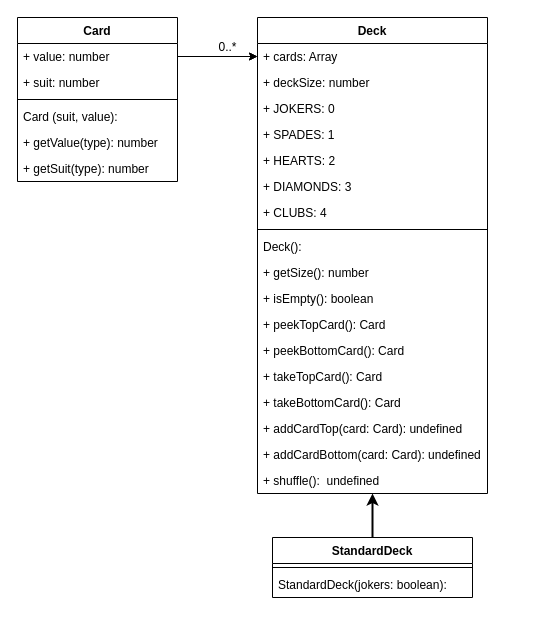
This is Diagrams/src/UML.drawio from craveiroa/GameOfWar, a draw.io file, before an edit. Source tidied: cells renumbered, new cells numbered last; positions are measured from the earlier drawing's top-left corner, leaving out a move shared by most shapes. Both pictures are drawn from the tidied source at 100%, with x=0, y=0 at pixel (17, 17).
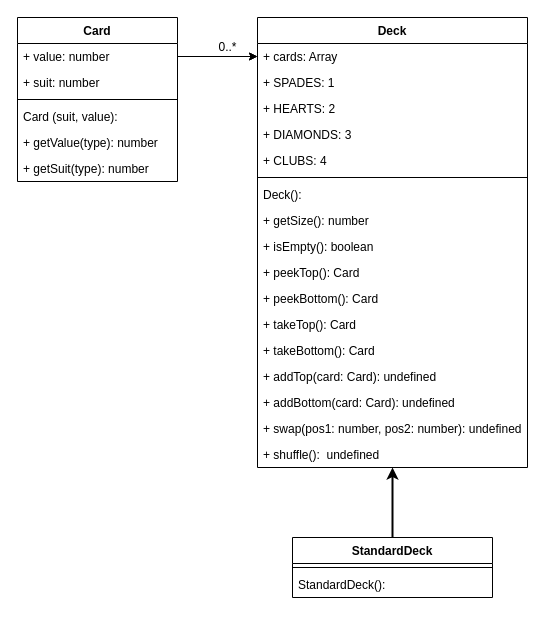
The same diagram, later.

The edit, as a diff of the source:
```diff
@@
     <mxCell id="9" value="Deck" style="swimlane;fontStyle=1;align=center;verticalAlign=top;horizontal=1;startSize=26;" parent="1" vertex="1">
-      <mxGeometry x="240" width="230" height="476" as="geometry" />
+      <mxGeometry x="240" width="270" height="450" as="geometry" />
     </mxCell>
     <mxCell id="10" value="+ cards: Array" style="text;strokeColor=none;fillColor=none;align=left;verticalAlign=top;spacingLeft=4;spacingRight=4;overflow=hidden;points=[[0,0.5],[1,0.5]];portConstraint=eastwest;" parent="9" vertex="1">
-      <mxGeometry y="26" width="230" height="26" as="geometry" />
+      <mxGeometry y="26" width="270" height="26" as="geometry" />
     </mxCell>
-    <mxCell id="11" value="+ deckSize: number" style="text;strokeColor=none;fillColor=none;align=left;verticalAlign=top;spacingLeft=4;spacingRight=4;overflow=hidden;" parent="9" vertex="1">
-      <mxGeometry y="52" width="230" height="26" as="geometry" />
-    </mxCell>
-    <mxCell id="12" value="+ JOKERS: 0" style="text;strokeColor=none;fillColor=none;align=left;verticalAlign=top;spacingLeft=4;spacingRight=4;overflow=hidden;" parent="9" vertex="1">
-      <mxGeometry y="78" width="230" height="26" as="geometry" />
-    </mxCell>
     <mxCell id="13" value="+ SPADES: 1" style="text;strokeColor=none;fillColor=none;align=left;verticalAlign=top;spacingLeft=4;spacingRight=4;overflow=hidden;" parent="9" vertex="1">
-      <mxGeometry y="104" width="230" height="26" as="geometry" />
+      <mxGeometry y="52" width="270" height="26" as="geometry" />
     </mxCell>
     <mxCell id="14" value="+ HEARTS: 2" style="text;strokeColor=none;fillColor=none;align=left;verticalAlign=top;spacingLeft=4;spacingRight=4;overflow=hidden;" parent="9" vertex="1">
-      <mxGeometry y="130" width="230" height="26" as="geometry" />
+      <mxGeometry y="78" width="270" height="26" as="geometry" />
     </mxCell>
     <mxCell id="15" value="+ DIAMONDS: 3" style="text;strokeColor=none;fillColor=none;align=left;verticalAlign=top;spacingLeft=4;spacingRight=4;overflow=hidden;" parent="9" vertex="1">
-      <mxGeometry y="156" width="230" height="26" as="geometry" />
+      <mxGeometry y="104" width="270" height="26" as="geometry" />
     </mxCell>
     <mxCell id="16" value="+ CLUBS: 4" style="text;strokeColor=none;fillColor=none;align=left;verticalAlign=top;spacingLeft=4;spacingRight=4;overflow=hidden;" parent="9" vertex="1">
-      <mxGeometry y="182" width="230" height="26" as="geometry" />
+      <mxGeometry y="130" width="270" height="26" as="geometry" />
     </mxCell>
     <mxCell id="17" style="line;strokeWidth=1;fillColor=none;align=left;verticalAlign=middle;spacingTop=-1;spacingLeft=3;spacingRight=3;labelPosition=right;strokeColor=inherit;" parent="9" vertex="1">
-      <mxGeometry y="208" width="230" height="8" as="geometry" />
+      <mxGeometry y="156" width="270" height="8" as="geometry" />
     </mxCell>
     <mxCell id="18" value="Deck():" style="text;strokeColor=none;fillColor=none;align=left;verticalAlign=top;spacingLeft=4;spacingRight=4;overflow=hidden;" parent="9" vertex="1">
-      <mxGeometry y="216" width="230" height="26" as="geometry" />
+      <mxGeometry y="164" width="270" height="26" as="geometry" />
     </mxCell>
     <mxCell id="19" value="+ getSize(): number" style="text;strokeColor=none;fillColor=none;align=left;verticalAlign=top;spacingLeft=4;spacingRight=4;overflow=hidden;" parent="9" vertex="1">
-      <mxGeometry y="242" width="230" height="26" as="geometry" />
+      <mxGeometry y="190" width="270" height="26" as="geometry" />
     </mxCell>
     <mxCell id="20" value="+ isEmpty(): boolean" style="text;strokeColor=none;fillColor=none;align=left;verticalAlign=top;spacingLeft=4;spacingRight=4;overflow=hidden;" parent="9" vertex="1">
-      <mxGeometry y="268" width="230" height="26" as="geometry" />
+      <mxGeometry y="216" width="270" height="26" as="geometry" />
     </mxCell>
-    <mxCell id="21" value="+ peekTopCard(): Card" style="text;strokeColor=none;fillColor=none;align=left;verticalAlign=top;spacingLeft=4;spacingRight=4;overflow=hidden;" parent="9" vertex="1">
-      <mxGeometry y="294" width="230" height="26" as="geometry" />
+    <mxCell id="21" value="+ peekTop(): Card" style="text;strokeColor=none;fillColor=none;align=left;verticalAlign=top;spacingLeft=4;spacingRight=4;overflow=hidden;" parent="9" vertex="1">
+      <mxGeometry y="242" width="270" height="26" as="geometry" />
     </mxCell>
-    <mxCell id="22" value="+ peekBottomCard(): Card" style="text;strokeColor=none;fillColor=none;align=left;verticalAlign=top;spacingLeft=4;spacingRight=4;overflow=hidden;" parent="9" vertex="1">
-      <mxGeometry y="320" width="230" height="26" as="geometry" />
+    <mxCell id="22" value="+ peekBottom(): Card" style="text;strokeColor=none;fillColor=none;align=left;verticalAlign=top;spacingLeft=4;spacingRight=4;overflow=hidden;" parent="9" vertex="1">
+      <mxGeometry y="268" width="270" height="26" as="geometry" />
     </mxCell>
-    <mxCell id="23" value="+ takeTopCard(): Card" style="text;strokeColor=none;fillColor=none;align=left;verticalAlign=top;spacingLeft=4;spacingRight=4;overflow=hidden;" parent="9" vertex="1">
-      <mxGeometry y="346" width="230" height="26" as="geometry" />
+    <mxCell id="23" value="+ takeTop(): Card" style="text;strokeColor=none;fillColor=none;align=left;verticalAlign=top;spacingLeft=4;spacingRight=4;overflow=hidden;" parent="9" vertex="1">
+      <mxGeometry y="294" width="270" height="26" as="geometry" />
     </mxCell>
-    <mxCell id="24" value="+ takeBottomCard(): Card" style="text;strokeColor=none;fillColor=none;align=left;verticalAlign=top;spacingLeft=4;spacingRight=4;overflow=hidden;" parent="9" vertex="1">
-      <mxGeometry y="372" width="230" height="26" as="geometry" />
+    <mxCell id="24" value="+ takeBottom(): Card" style="text;strokeColor=none;fillColor=none;align=left;verticalAlign=top;spacingLeft=4;spacingRight=4;overflow=hidden;" parent="9" vertex="1">
+      <mxGeometry y="320" width="270" height="26" as="geometry" />
     </mxCell>
-    <mxCell id="25" value="+ addCardTop(card: Card): undefined" style="text;strokeColor=none;fillColor=none;align=left;verticalAlign=top;spacingLeft=4;spacingRight=4;overflow=hidden;" parent="9" vertex="1">
-      <mxGeometry y="398" width="230" height="26" as="geometry" />
+    <mxCell id="25" value="+ addTop(card: Card): undefined" style="text;strokeColor=none;fillColor=none;align=left;verticalAlign=top;spacingLeft=4;spacingRight=4;overflow=hidden;" parent="9" vertex="1">
+      <mxGeometry y="346" width="270" height="26" as="geometry" />
     </mxCell>
-    <mxCell id="26" value="+ addCardBottom(card: Card): undefined" style="text;strokeColor=none;fillColor=none;align=left;verticalAlign=top;spacingLeft=4;spacingRight=4;overflow=hidden;" parent="9" vertex="1">
-      <mxGeometry y="424" width="230" height="26" as="geometry" />
+    <mxCell id="26" value="+ addBottom(card: Card): undefined" style="text;strokeColor=none;fillColor=none;align=left;verticalAlign=top;spacingLeft=4;spacingRight=4;overflow=hidden;" parent="9" vertex="1">
+      <mxGeometry y="372" width="270" height="26" as="geometry" />
     </mxCell>
+    <mxCell id="35" value="+ swap(pos1: number, pos2: number): undefined" style="text;strokeColor=none;fillColor=none;align=left;verticalAlign=top;spacingLeft=4;spacingRight=4;overflow=hidden;" parent="9" vertex="1">
+      <mxGeometry y="398" width="270" height="26" as="geometry" />
+    </mxCell>
     <mxCell id="27" value="+ shuffle():  undefined" style="text;strokeColor=none;fillColor=none;align=left;verticalAlign=top;spacingLeft=4;spacingRight=4;overflow=hidden;points=[[0,0.5],[1,0.5]];portConstraint=eastwest;" parent="9" vertex="1">
-      <mxGeometry y="450" width="230" height="26" as="geometry" />
+      <mxGeometry y="424" width="270" height="26" as="geometry" />
     </mxCell>
@@
     <mxCell id="32" value="StandardDeck" style="swimlane;fontStyle=1;align=center;verticalAlign=top;horizontal=1;startSize=26;" parent="1" vertex="1">
-      <mxGeometry x="255" y="520" width="200" height="60" as="geometry" />
+      <mxGeometry x="275" y="520" width="200" height="60" as="geometry" />
     </mxCell>
@@
-    <mxCell id="34" value="StandardDeck(jokers: boolean):" style="text;strokeColor=none;fillColor=none;align=left;verticalAlign=top;spacingLeft=4;spacingRight=4;overflow=hidden;" parent="32" vertex="1">
+    <mxCell id="34" value="StandardDeck():" style="text;strokeColor=none;fillColor=none;align=left;verticalAlign=top;spacingLeft=4;spacingRight=4;overflow=hidden;" parent="32" vertex="1">
       <mxGeometry y="34" width="200" height="26" as="geometry" />
     </mxCell>
```
